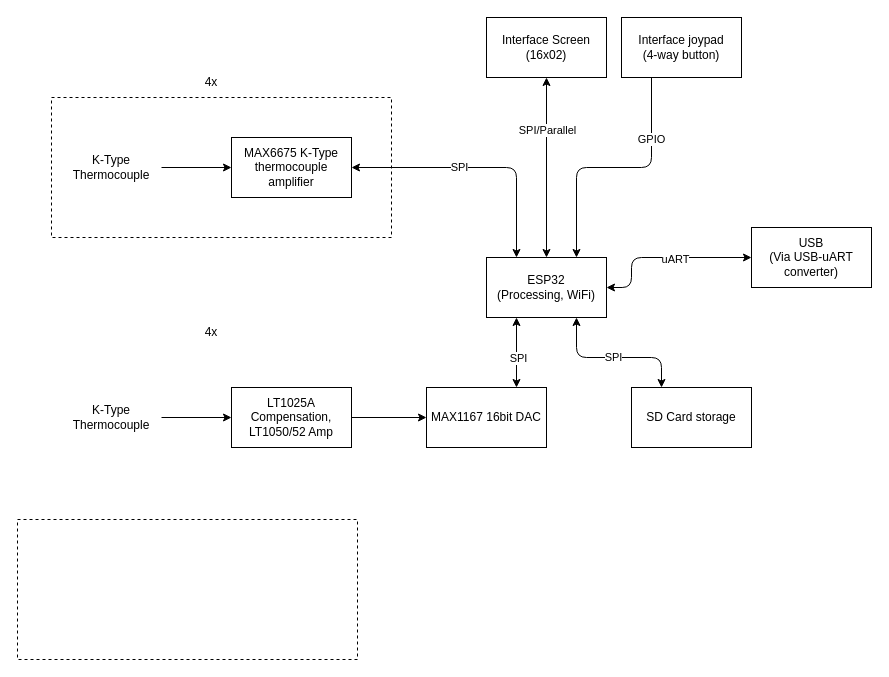
Earlier version of the draw.io diagram development/blockDiagram.drawio (fred-corp/EG4L-ThermoLogger). Source tidied: cells renumbered, new cells numbered last; positions are measured from the earlier drawing's top-left corner, leaving out a move shared by most shapes. Both pictures are drawn from the tidied source at 100%, with x=0, y=0 at pixel (17, 17).
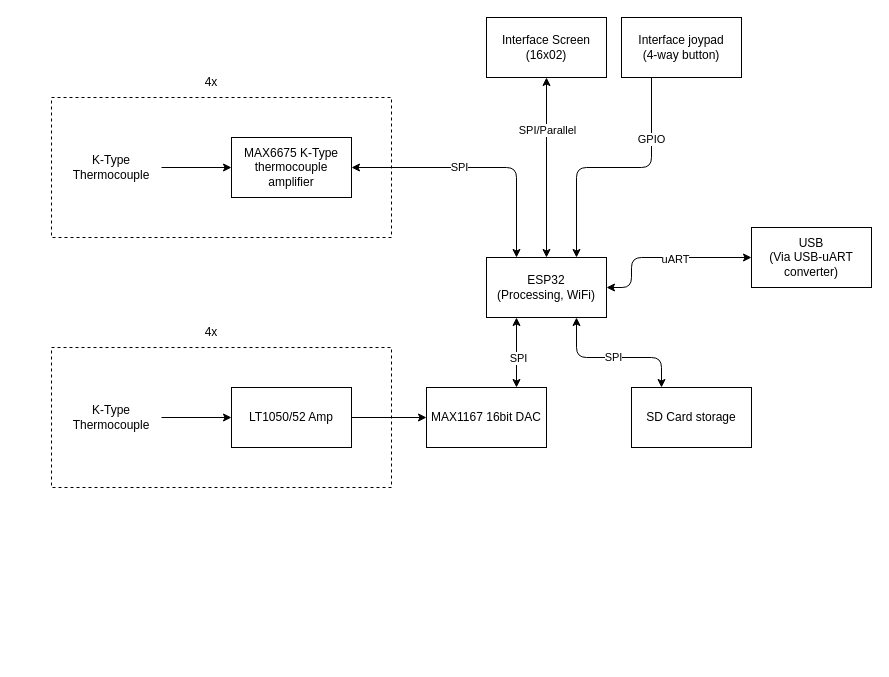
The same page after the edit.

Diff of the diagram source:
```diff
@@
-    <mxCell id="12" value="LT1025A Compensation, LT1050/52 Amp" style="rounded=0;whiteSpace=wrap;html=1;" parent="1" vertex="1">
+    <mxCell id="12" value="LT1050/52 Amp" style="rounded=0;whiteSpace=wrap;html=1;" parent="1" vertex="1">
       <mxGeometry x="214" y="370" width="120" height="60" as="geometry" />
     </mxCell>
@@
     <mxCell id="15" style="rounded=0;whiteSpace=wrap;html=1;fillColor=none;dashed=1;" parent="1" vertex="1">
-      <mxGeometry y="502" width="340" height="140" as="geometry" />
+      <mxGeometry x="34" y="330" width="340" height="140" as="geometry" />
     </mxCell>
```
